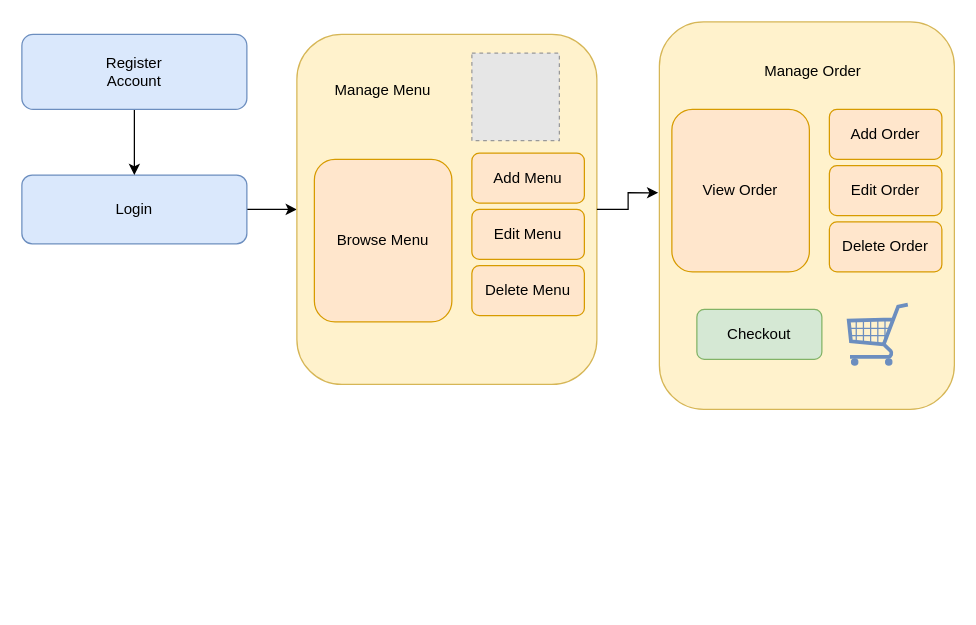
This is Chicken.drawio from swara731/Uml-Diagrams, a draw.io file, before an edit. Source tidied: cells renumbered, new cells numbered last; positions are measured from the earlier drawing's top-left corner, leaving out a move shared by most shapes. Both pictures are drawn from the tidied source at 125%, with x=0, y=0 at pixel (21, 21). Pictures stored in the file or linked from it are replaced by grey dashed boxes.
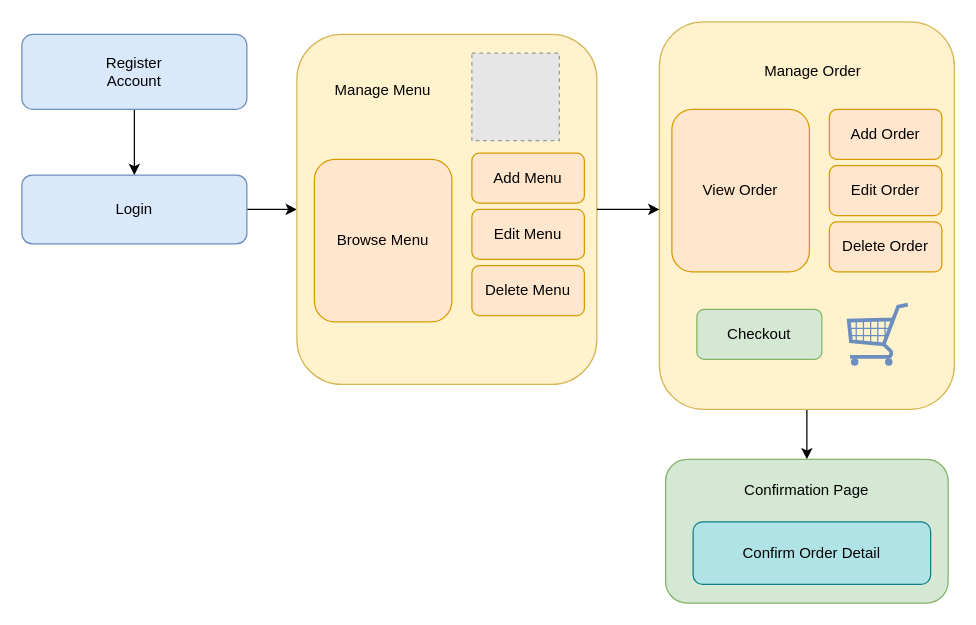
After the change.

Unchanged cells that the change refers to:
```xml
<mxCell id="8" style="rounded=1;whiteSpace=wrap;html=1;fillColor=#fff2cc;strokeColor=#d6b656;" parent="1" vertex="1">
  <mxGeometry x="220" y="10" width="240" height="280" as="geometry" />
</mxCell>
<mxCell id="10" style="rounded=1;whiteSpace=wrap;html=1;fillColor=#fff2cc;strokeColor=#d6b656;" parent="1" vertex="1">
  <mxGeometry x="510" width="236" height="310" as="geometry" />
</mxCell>
```

Change to the diagram source:
```diff
@@
+    <mxCell id="25" style="edgeStyle=orthogonalEdgeStyle;rounded=0;jettySize=auto;html=1;entryX=0.5;entryY=0;entryDx=0;entryDy=0;" parent="1" edge="1" source="10" target="26">
+      <mxGeometry relative="1" as="geometry" />
+    </mxCell>
@@
-    <mxCell id="21" style="edgeStyle=orthogonalEdgeStyle;rounded=0;jettySize=auto;html=1;entryX=-0.004;entryY=0.441;entryDx=0;entryDy=0;entryPerimeter=0;" parent="1" edge="1" source="8" target="10">
-      <mxGeometry relative="1" as="geometry" />
+    <mxCell id="21" style="edgeStyle=orthogonalEdgeStyle;rounded=0;jettySize=auto;html=1;" parent="1" edge="1" source="8">
+      <mxGeometry relative="1" as="geometry">
+        <mxPoint x="510" y="150" as="targetPoint" />
+      </mxGeometry>
     </mxCell>
@@
+    <mxCell id="26" style="rounded=1;whiteSpace=wrap;html=1;fillColor=#d5e8d4;strokeColor=#82b366;" parent="1" vertex="1">
+      <mxGeometry x="515" y="350" width="226" height="115" as="geometry" />
+    </mxCell>
+    <mxCell id="27" value="Confirmation Page" style="text;html=1;strokeColor=none;fillColor=none;align=center;verticalAlign=middle;whiteSpace=wrap;rounded=0;" parent="1" vertex="1">
+      <mxGeometry x="571" y="360" width="114" height="30" as="geometry" />
+    </mxCell>
+    <mxCell id="28" value="Confirm Order Detail" style="rounded=1;whiteSpace=wrap;html=1;fillColor=#b0e3e6;strokeColor=#0e8088;" parent="1" vertex="1">
+      <mxGeometry x="537" y="400" width="190" height="50" as="geometry" />
+    </mxCell>
```
